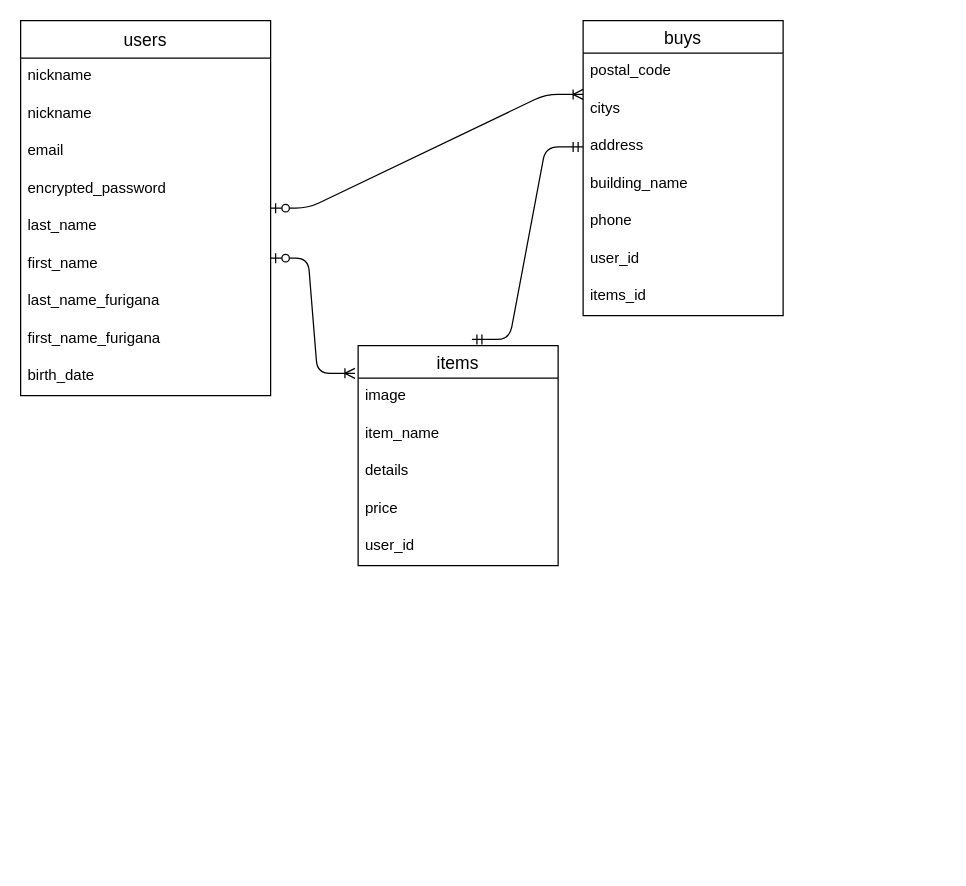
Above: furima.dio in MaaaaaaaSa/furima-37961 (draw.io), before the change. Source tidied: cells renumbered, new cells numbered last; positions are measured from the earlier drawing's top-left corner, leaving out a move shared by most shapes. Both pictures are drawn from the tidied source at 125%, with x=0, y=0 at pixel (20, 20).
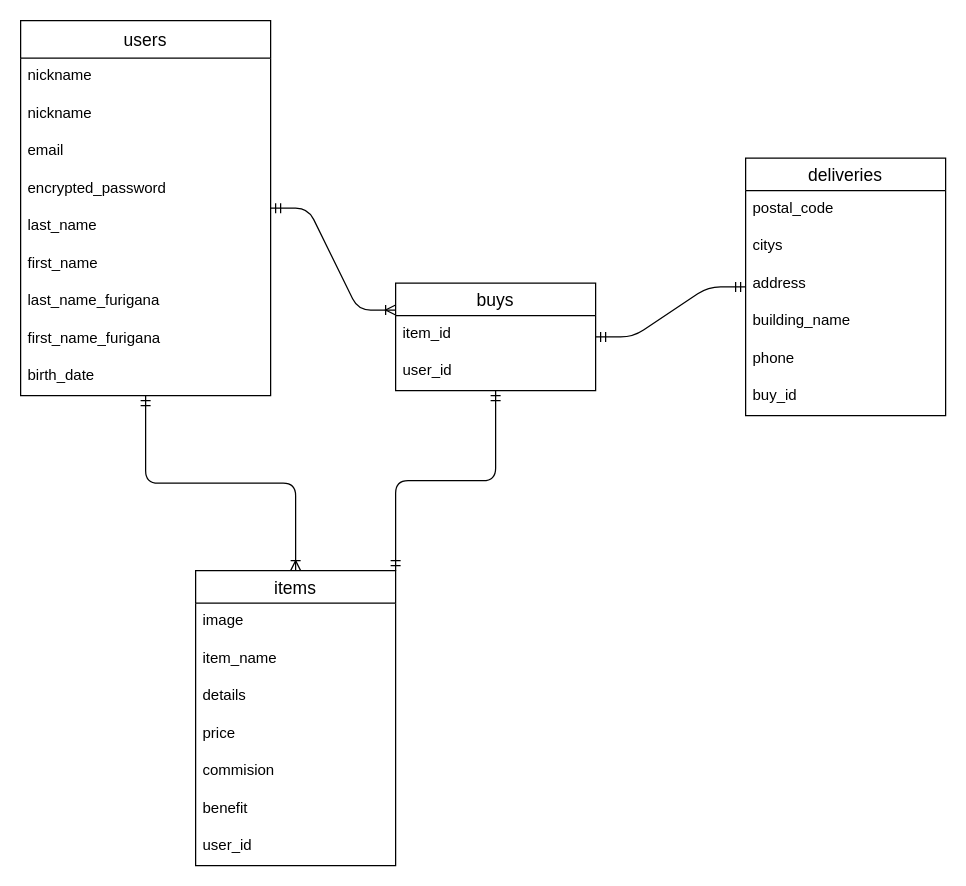
After the change.

Commit message (it also covers changes not shown here):
データベース設計の編集

The change refers to these unchanged cells:
```xml
<mxCell id="2" value="users" style="swimlane;fontStyle=0;horizontal=1;startSize=30;align=center;fontSize=14;" parent="1" vertex="1">
  <mxGeometry width="200" height="300" as="geometry" />
</mxCell>
<mxCell id="21" value="address" style="text;strokeColor=none;fillColor=none;spacingLeft=4;spacingRight=4;overflow=hidden;points=[[0,0.5],[1,0.5]];portConstraint=eastwest;fontSize=12;fontColor=default;" parent="18" vertex="1">
  <mxGeometry y="86" width="160" height="30" as="geometry" />
</mxCell>
```

Diff of the diagram source:
```diff
@@
     <mxCell id="12" value="items" style="swimlane;fontStyle=0;horizontal=1;startSize=26;align=center;fontSize=14;" parent="1" vertex="1">
-      <mxGeometry x="270" y="260" width="160" height="176" as="geometry" />
+      <mxGeometry x="140" y="440" width="160" height="236" as="geometry" />
     </mxCell>
@@
+    <mxCell id="29" value="commision" style="text;strokeColor=none;fillColor=none;spacingLeft=4;spacingRight=4;overflow=hidden;fontSize=12;" parent="12" vertex="1">
+      <mxGeometry y="146" width="160" height="30" as="geometry" />
+    </mxCell>
-    <mxCell id="17" value="user_id" style="text;strokeColor=none;fillColor=none;spacingLeft=4;spacingRight=4;overflow=hidden;fontSize=12;" parent="12" vertex="1">
-      <mxGeometry y="146" width="160" height="30" as="geometry" />
+    <mxCell id="17" value="benefit" style="text;strokeColor=none;fillColor=none;spacingLeft=4;spacingRight=4;overflow=hidden;fontSize=12;" parent="12" vertex="1">
+      <mxGeometry y="176" width="160" height="30" as="geometry" />
     </mxCell>
+    <mxCell id="30" value="user_id" style="text;strokeColor=none;fillColor=none;spacingLeft=4;spacingRight=4;overflow=hidden;fontSize=12;" parent="12" vertex="1">
+      <mxGeometry y="206" width="160" height="30" as="geometry" />
+    </mxCell>
-    <mxCell id="18" value="buys" style="swimlane;fontStyle=0;horizontal=1;startSize=26;align=center;fontSize=14;fontColor=default;" parent="1" vertex="1">
-      <mxGeometry x="450" width="160" height="236" as="geometry" />
+    <mxCell id="18" value="deliveries" style="swimlane;fontStyle=0;horizontal=1;startSize=26;align=center;fontSize=14;fontColor=default;" parent="1" vertex="1">
+      <mxGeometry x="580" y="110" width="160" height="206" as="geometry" />
     </mxCell>
@@
-    <mxCell id="24" value="user_id" style="text;strokeColor=none;fillColor=none;spacingLeft=4;spacingRight=4;overflow=hidden;fontSize=12;fontColor=default;" parent="18" vertex="1">
+    <mxCell id="24" value="buy_id" style="text;strokeColor=none;fillColor=none;spacingLeft=4;spacingRight=4;overflow=hidden;fontSize=12;fontColor=default;" parent="18" vertex="1">
       <mxGeometry y="176" width="160" height="30" as="geometry" />
     </mxCell>
-    <mxCell id="25" value="items_id" style="text;strokeColor=none;fillColor=none;spacingLeft=4;spacingRight=4;overflow=hidden;fontSize=12;fontColor=default;" parent="18" vertex="1">
-      <mxGeometry y="206" width="160" height="30" as="geometry" />
-    </mxCell>
-    <mxCell id="26" style="edgeStyle=entityRelationEdgeStyle;fontSize=12;html=1;endArrow=ERoneToMany;startArrow=ERzeroToOne;fontColor=default;entryX=0;entryY=0.25;entryDx=0;entryDy=0;" parent="1" edge="1" source="2" target="18">
-      <mxGeometry relative="1" as="geometry" />
-    </mxCell>
-    <mxCell id="27" style="edgeStyle=entityRelationEdgeStyle;fontSize=12;html=1;endArrow=ERoneToMany;startArrow=ERzeroToOne;entryX=-0.016;entryY=0.126;entryDx=0;entryDy=0;entryPerimeter=0;" parent="1" edge="1" target="12">
-      <mxGeometry relative="1" as="geometry">
-        <mxPoint x="200" y="190" as="sourcePoint" />
-      </mxGeometry>
-    </mxCell>
-    <mxCell id="28" style="edgeStyle=entityRelationEdgeStyle;fontSize=12;html=1;endArrow=ERmandOne;startArrow=ERmandOne;rounded=1;entryX=0;entryY=0.5;entryDx=0;entryDy=0;exitX=0.569;exitY=-0.028;exitDx=0;exitDy=0;exitPerimeter=0;" parent="1" edge="1" source="12" target="21">
-      <mxGeometry relative="1" as="geometry" />
-    </mxCell>
+    <mxCell id="31" value="buys" style="swimlane;fontStyle=0;horizontal=1;startSize=26;align=center;fontSize=14;" parent="1" vertex="1">
+      <mxGeometry x="300" y="210" width="160" height="86" as="geometry" />
+    </mxCell>
+    <mxCell id="32" value="item_id" style="text;strokeColor=none;fillColor=none;spacingLeft=4;spacingRight=4;overflow=hidden;fontSize=12;" parent="31" vertex="1">
+      <mxGeometry y="26" width="160" height="30" as="geometry" />
+    </mxCell>
+    <mxCell id="33" value="user_id" style="text;strokeColor=none;fillColor=none;spacingLeft=4;spacingRight=4;overflow=hidden;fontSize=12;" parent="31" vertex="1">
+      <mxGeometry y="56" width="160" height="30" as="geometry" />
+    </mxCell>
+    <mxCell id="34" style="edgeStyle=entityRelationEdgeStyle;fontSize=12;html=1;endArrow=ERoneToMany;startArrow=ERmandOne;rounded=1;entryX=0;entryY=0.25;entryDx=0;entryDy=0;" parent="1" edge="1" source="2" target="31">
+      <mxGeometry relative="1" as="geometry" />
+    </mxCell>
+    <mxCell id="35" style="fontSize=12;html=1;endArrow=ERoneToMany;startArrow=ERmandOne;rounded=1;entryX=0.5;entryY=0;entryDx=0;entryDy=0;edgeStyle=orthogonalEdgeStyle;" parent="1" edge="1" source="2" target="12">
+      <mxGeometry relative="1" as="geometry" />
+    </mxCell>
+    <mxCell id="36" style="fontSize=12;html=1;endArrow=ERmandOne;startArrow=ERmandOne;rounded=1;exitX=1;exitY=0;exitDx=0;exitDy=0;edgeStyle=orthogonalEdgeStyle;" parent="1" edge="1" source="12" target="31">
+      <mxGeometry relative="1" as="geometry" />
+    </mxCell>
+    <mxCell id="37" style="edgeStyle=entityRelationEdgeStyle;fontSize=12;html=1;endArrow=ERmandOne;startArrow=ERmandOne;rounded=1;" parent="1" edge="1" source="31" target="18">
+      <mxGeometry relative="1" as="geometry" />
+    </mxCell>
```
